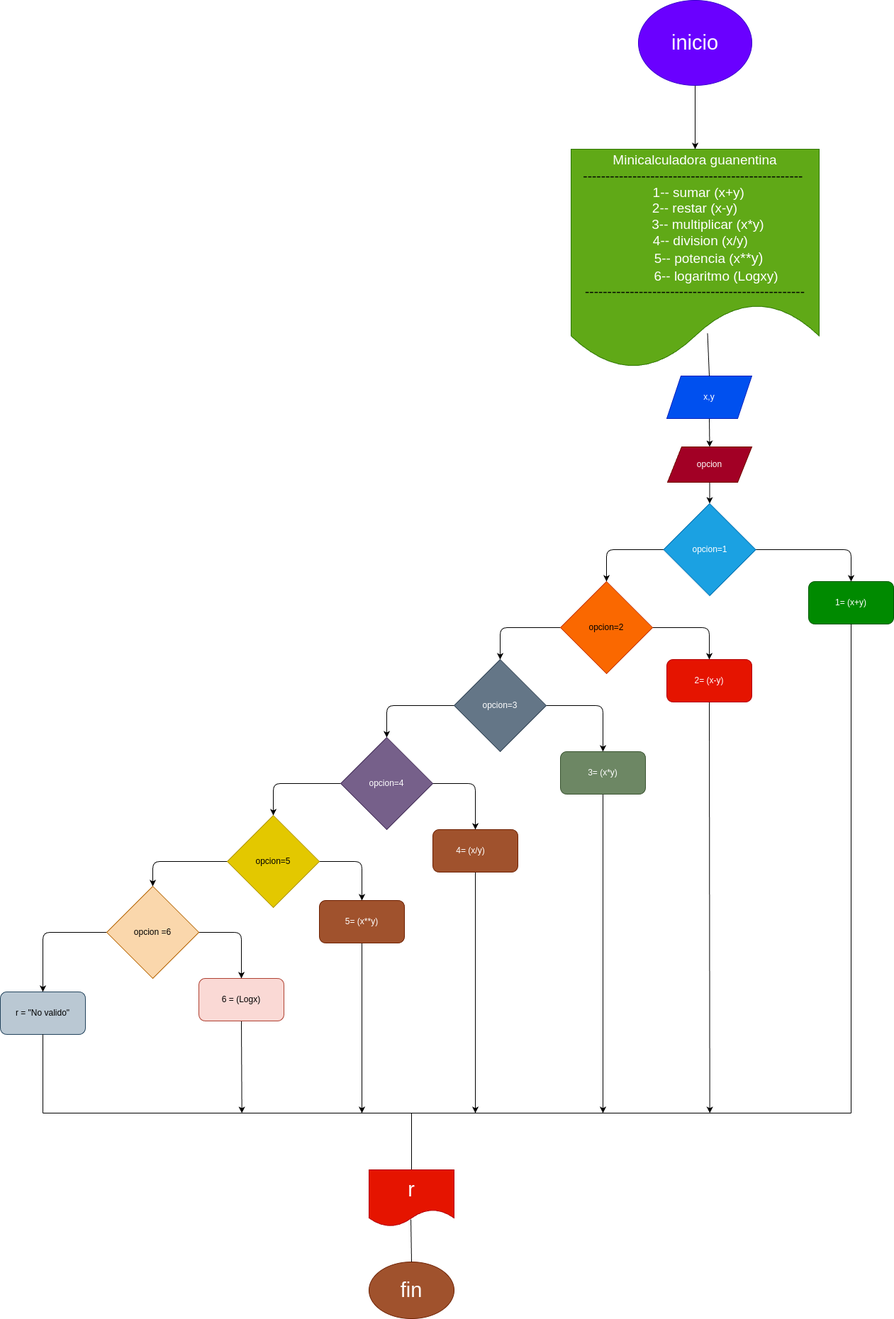
This is diagrama.png from Termineitor320/mini_calculadora, a draw.io export, as it was before one commit. Source tidied: cells renumbered, new cells last; positions are measured from the earlier drawing's top-left corner, leaving out a move shared by most shapes.
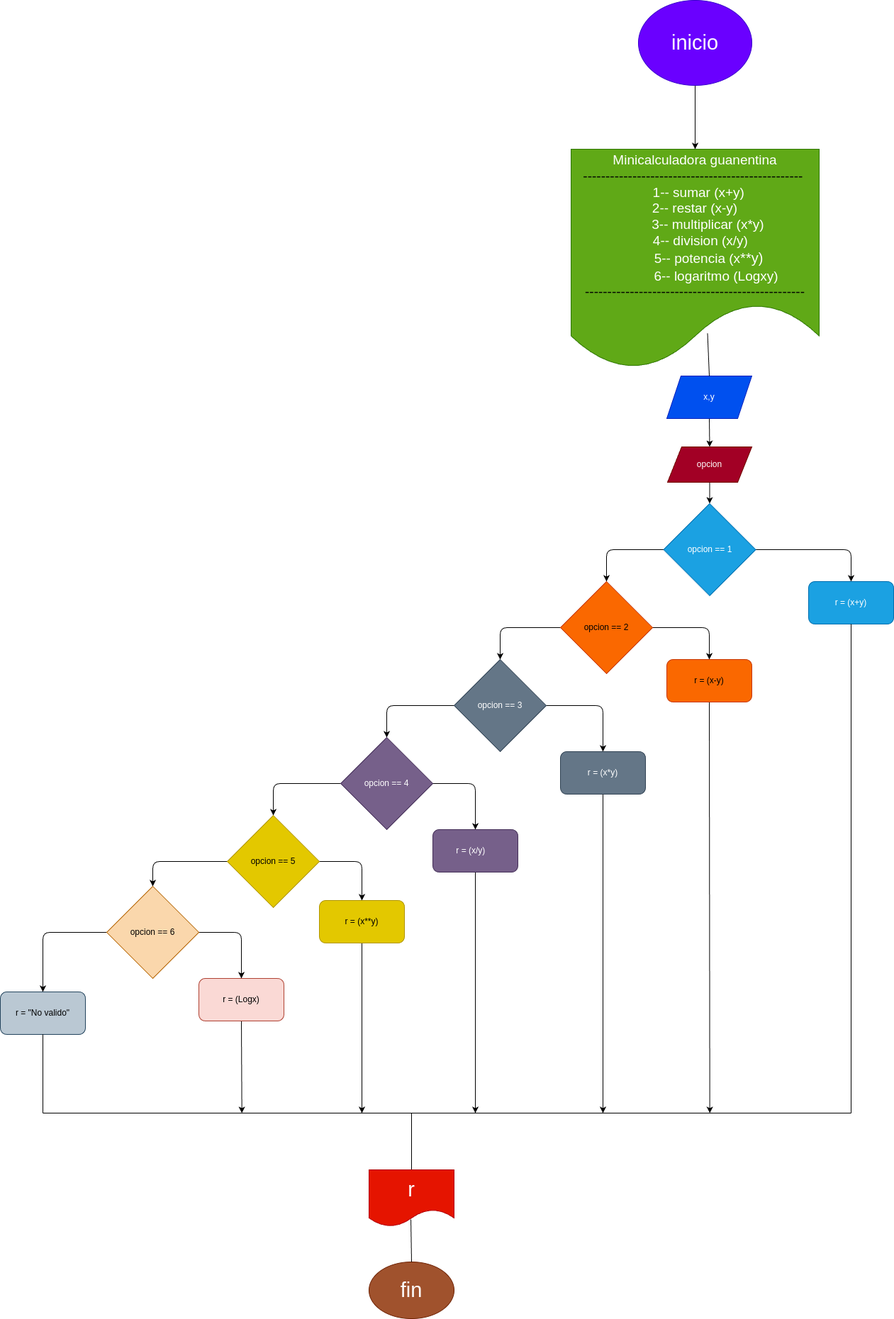
Later version of the same file.

Commit message:
se modifico el diagrama

Diff of the diagram source:
```diff
@@ -40,10 +40,10 @@
         </Array>
       </mxGeometry>
     </mxCell>
-    <mxCell id="12" value="opcion=1" style="rhombus;whiteSpace=wrap;html=1;fillColor=#1ba1e2;fontColor=#ffffff;strokeColor=#006EAF;" parent="1" vertex="1">
+    <mxCell id="12" value="opcion == 1" style="rhombus;whiteSpace=wrap;html=1;fillColor=#1ba1e2;fontColor=#ffffff;strokeColor=#006EAF;" parent="1" vertex="1">
       <mxGeometry x="935.5" y="710" width="130" height="130" as="geometry" />
     </mxCell>
-    <mxCell id="13" value="1= (x+y)" style="rounded=1;whiteSpace=wrap;html=1;fillColor=#008a00;fontColor=#ffffff;strokeColor=#005700;" parent="1" vertex="1">
+    <mxCell id="13" value="r = (x+y)" style="rounded=1;whiteSpace=wrap;html=1;fillColor=#1ba1e2;fontColor=#ffffff;strokeColor=#006EAF;" parent="1" vertex="1">
       <mxGeometry x="1140" y="820" width="120" height="60" as="geometry" />
     </mxCell>
     <mxCell id="14" style="edgeStyle=none;html=1;exitX=1;exitY=0.5;exitDx=0;exitDy=0;entryX=0.5;entryY=0;entryDx=0;entryDy=0;" parent="1" edge="1" source="16" target="18">
@@ -60,7 +60,7 @@
         </Array>
       </mxGeometry>
     </mxCell>
-    <mxCell id="16" value="opcion=2" style="rhombus;whiteSpace=wrap;html=1;fillColor=#fa6800;fontColor=#000000;strokeColor=#C73500;" parent="1" vertex="1">
+    <mxCell id="16" value="opcion == 2" style="rhombus;whiteSpace=wrap;html=1;fillColor=#fa6800;fontColor=#000000;strokeColor=#C73500;" parent="1" vertex="1">
       <mxGeometry x="790" y="820" width="130" height="130" as="geometry" />
     </mxCell>
     <mxCell id="17" style="edgeStyle=none;html=1;exitX=0.5;exitY=1;exitDx=0;exitDy=0;fontSize=29;fontColor=#000000;" parent="1" edge="1" source="18">
@@ -68,7 +68,7 @@
         <mxPoint x="1000.7" y="1570" as="targetPoint" />
       </mxGeometry>
     </mxCell>
-    <mxCell id="18" value="2= (x-y)" style="rounded=1;whiteSpace=wrap;html=1;fillColor=#e51400;fontColor=#ffffff;strokeColor=#B20000;" parent="1" vertex="1">
+    <mxCell id="18" value="r = (x-y)" style="rounded=1;whiteSpace=wrap;html=1;fillColor=#fa6800;fontColor=#000000;strokeColor=#C73500;" parent="1" vertex="1">
       <mxGeometry x="940" y="930" width="120" height="60" as="geometry" />
     </mxCell>
     <mxCell id="19" style="edgeStyle=none;html=1;exitX=1;exitY=0.5;exitDx=0;exitDy=0;entryX=0.5;entryY=0;entryDx=0;entryDy=0;" parent="1" edge="1" source="21" target="23">
@@ -85,7 +85,7 @@
         </Array>
       </mxGeometry>
     </mxCell>
-    <mxCell id="21" value="opcion=3" style="rhombus;whiteSpace=wrap;html=1;fillColor=#647687;fontColor=#ffffff;strokeColor=#314354;" parent="1" vertex="1">
+    <mxCell id="21" value="opcion == 3" style="rhombus;whiteSpace=wrap;html=1;fillColor=#647687;fontColor=#ffffff;strokeColor=#314354;" parent="1" vertex="1">
       <mxGeometry x="640" y="930" width="130" height="130" as="geometry" />
     </mxCell>
     <mxCell id="22" style="edgeStyle=none;html=1;exitX=0.5;exitY=1;exitDx=0;exitDy=0;fontSize=29;fontColor=#000000;" parent="1" edge="1" source="23">
@@ -93,7 +93,7 @@
         <mxPoint x="850" y="1570" as="targetPoint" />
       </mxGeometry>
     </mxCell>
-    <mxCell id="23" value="3= (x*y)" style="rounded=1;whiteSpace=wrap;html=1;fillColor=#6d8764;fontColor=#ffffff;strokeColor=#3A5431;" parent="1" vertex="1">
+    <mxCell id="23" value="r = (x*y)" style="rounded=1;whiteSpace=wrap;html=1;fillColor=#647687;fontColor=#ffffff;strokeColor=#314354;" parent="1" vertex="1">
       <mxGeometry x="790" y="1060" width="120" height="60" as="geometry" />
     </mxCell>
     <mxCell id="24" style="edgeStyle=none;html=1;exitX=1;exitY=0.5;exitDx=0;exitDy=0;entryX=0.5;entryY=0;entryDx=0;entryDy=0;" parent="1" edge="1" source="26" target="28">
@@ -110,7 +110,7 @@
         </Array>
       </mxGeometry>
     </mxCell>
-    <mxCell id="26" value="opcion=4" style="rhombus;whiteSpace=wrap;html=1;fillColor=#76608a;fontColor=#ffffff;strokeColor=#432D57;" parent="1" vertex="1">
+    <mxCell id="26" value="opcion == 4" style="rhombus;whiteSpace=wrap;html=1;fillColor=#76608a;fontColor=#ffffff;strokeColor=#432D57;" parent="1" vertex="1">
       <mxGeometry x="480" y="1040" width="130" height="130" as="geometry" />
     </mxCell>
     <mxCell id="27" style="edgeStyle=none;html=1;exitX=0.5;exitY=1;exitDx=0;exitDy=0;fontSize=29;fontColor=#000000;" parent="1" edge="1" source="28">
@@ -118,7 +118,7 @@
         <mxPoint x="670" y="1570" as="targetPoint" />
       </mxGeometry>
     </mxCell>
-    <mxCell id="28" value="4= (x/y)&lt;span style=&quot;white-space: pre;&quot;&gt;&#9;&lt;/span&gt;" style="rounded=1;whiteSpace=wrap;html=1;fillColor=#a0522d;fontColor=#ffffff;strokeColor=#6D1F00;" parent="1" vertex="1">
+    <mxCell id="28" value="r = (x/y)&lt;span style=&quot;white-space: pre;&quot;&gt;&#9;&lt;/span&gt;" style="rounded=1;whiteSpace=wrap;html=1;fillColor=#76608a;fontColor=#ffffff;strokeColor=#432D57;" parent="1" vertex="1">
       <mxGeometry x="610" y="1170" width="120" height="60" as="geometry" />
     </mxCell>
     <mxCell id="29" style="edgeStyle=none;html=1;exitX=1;exitY=0.5;exitDx=0;exitDy=0;entryX=0.5;entryY=0;entryDx=0;entryDy=0;" parent="1" edge="1" source="31" target="33">
@@ -135,7 +135,7 @@
         </Array>
       </mxGeometry>
     </mxCell>
-    <mxCell id="31" value="opcion=5" style="rhombus;whiteSpace=wrap;html=1;fillColor=#e3c800;fontColor=#000000;strokeColor=#B09500;" parent="1" vertex="1">
+    <mxCell id="31" value="opcion == 5" style="rhombus;whiteSpace=wrap;html=1;fillColor=#e3c800;fontColor=#000000;strokeColor=#B09500;" parent="1" vertex="1">
       <mxGeometry x="320" y="1150" width="130" height="130" as="geometry" />
     </mxCell>
     <mxCell id="32" style="edgeStyle=none;html=1;exitX=0.5;exitY=1;exitDx=0;exitDy=0;fontSize=29;fontColor=#000000;" parent="1" edge="1" source="33">
@@ -143,7 +143,7 @@
         <mxPoint x="510" y="1570" as="targetPoint" />
       </mxGeometry>
     </mxCell>
-    <mxCell id="33" value="5= (x**y)" style="rounded=1;whiteSpace=wrap;html=1;fillColor=#a0522d;fontColor=#ffffff;strokeColor=#6D1F00;" parent="1" vertex="1">
+    <mxCell id="33" value="r = (x**y)" style="rounded=1;whiteSpace=wrap;html=1;fillColor=#e3c800;fontColor=#000000;strokeColor=#B09500;" parent="1" vertex="1">
       <mxGeometry x="450" y="1270" width="120" height="60" as="geometry" />
     </mxCell>
     <mxCell id="34" style="edgeStyle=none;html=1;exitX=1;exitY=0.5;exitDx=0;exitDy=0;entryX=0.5;entryY=0;entryDx=0;entryDy=0;" parent="1" edge="1" source="36" target="38">
@@ -160,7 +160,7 @@
         </Array>
       </mxGeometry>
     </mxCell>
-    <mxCell id="36" value="opcion =6" style="rhombus;whiteSpace=wrap;html=1;fillColor=#fad7ac;strokeColor=#b46504;fontColor=#000000;" parent="1" vertex="1">
+    <mxCell id="36" value="opcion == 6" style="rhombus;whiteSpace=wrap;html=1;fillColor=#fad7ac;strokeColor=#b46504;fontColor=#000000;" parent="1" vertex="1">
       <mxGeometry x="150" y="1250" width="130" height="130" as="geometry" />
     </mxCell>
     <mxCell id="37" style="edgeStyle=none;html=1;exitX=0.5;exitY=1;exitDx=0;exitDy=0;fontSize=29;fontColor=#000000;" parent="1" edge="1" source="38">
@@ -168,7 +168,7 @@
         <mxPoint x="340.7" y="1570" as="targetPoint" />
       </mxGeometry>
     </mxCell>
-    <mxCell id="38" value="6 = (Logx)" style="rounded=1;whiteSpace=wrap;html=1;fillColor=#fad9d5;strokeColor=#ae4132;fontColor=#000000;" parent="1" vertex="1">
+    <mxCell id="38" value="r = (Logx)" style="rounded=1;whiteSpace=wrap;html=1;fillColor=#fad9d5;strokeColor=#ae4132;fontColor=#000000;" parent="1" vertex="1">
       <mxGeometry x="280" y="1380" width="120" height="60" as="geometry" />
     </mxCell>
     <mxCell id="39" value="r = &quot;No valido&quot;" style="rounded=1;whiteSpace=wrap;html=1;fillColor=#bac8d3;strokeColor=#23445d;fontColor=#000000;" parent="1" vertex="1">
```
